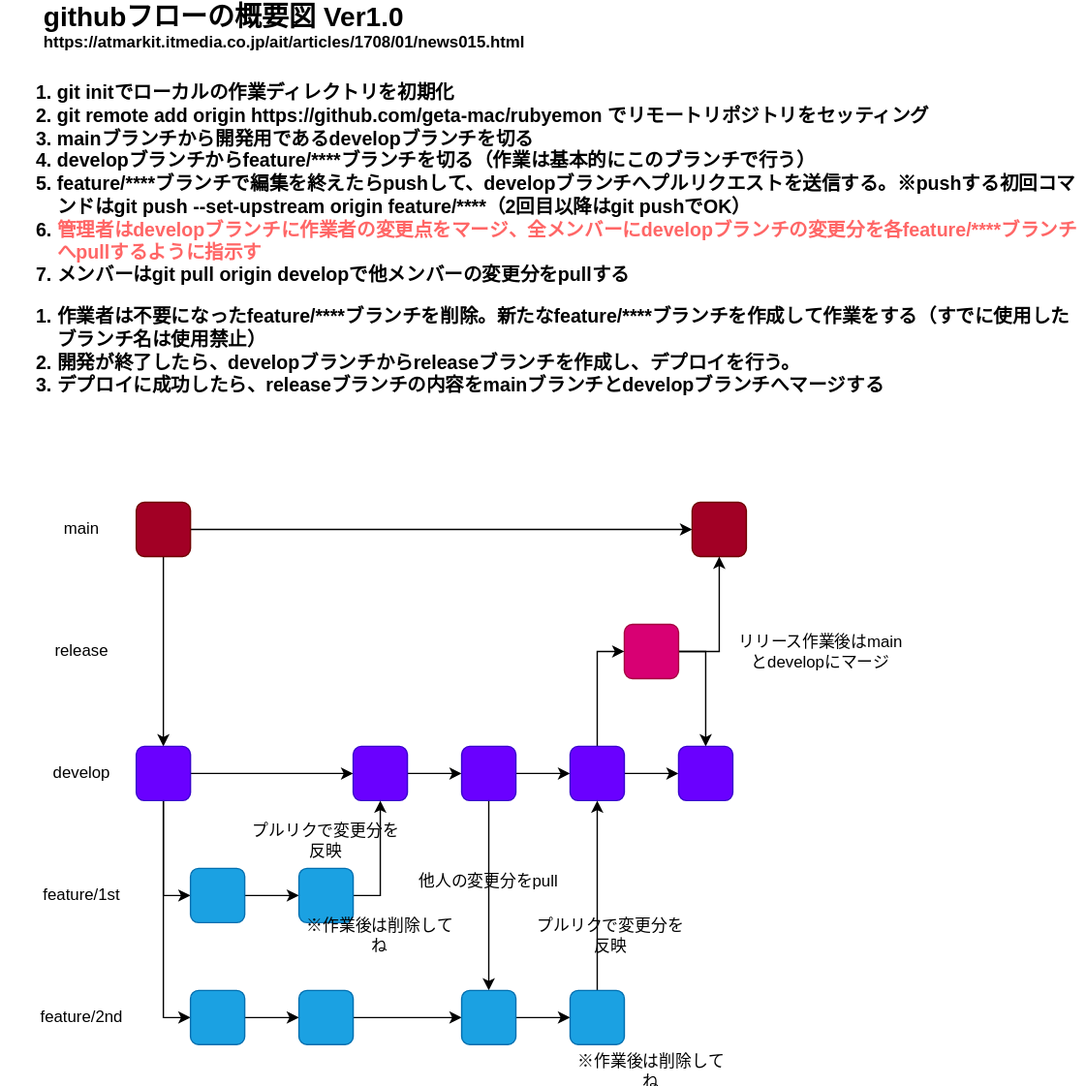
yosnak13/rubyemon_entity_relationship_diagram keeps this draw.io diagram as github_flow_image.drawio.svg. Above is the earlier version. Source tidied: cells renumbered, new cells last; positions are measured from the earlier drawing's top-left corner, leaving out a move shared by most shapes.
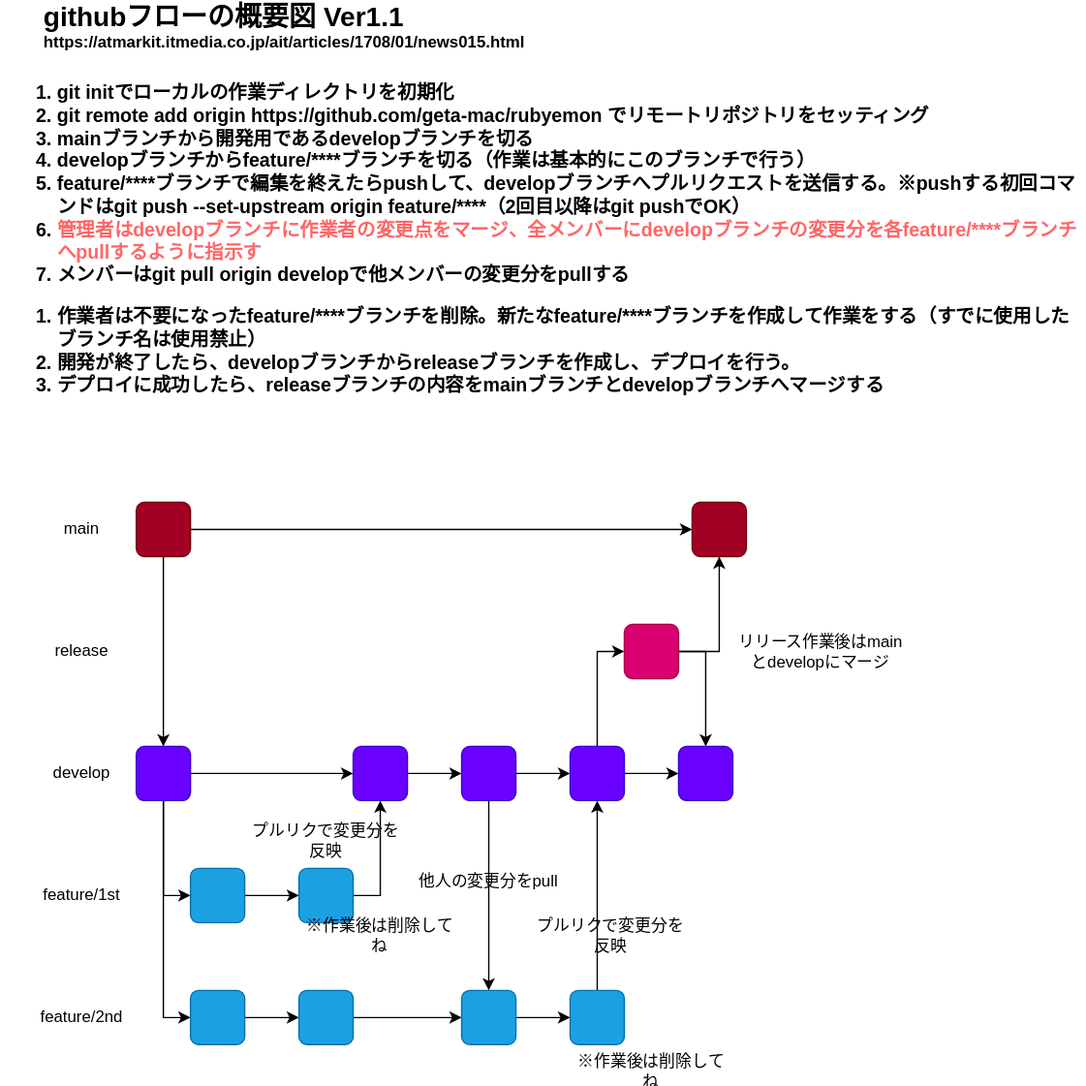
After the commit.

Commit message:
gitbuh flow ver1.1

What changed in the source:
```diff
@@ -2,7 +2,7 @@
   <root>
     <mxCell id="0" />
     <mxCell id="1" parent="0" />
-    <mxCell id="2" value="&lt;font style=&quot;font-size: 20px&quot;&gt;githubフローの概要図 Ver1.0&lt;/font&gt;&lt;br&gt;https://atmarkit.itmedia.co.jp/ait/articles/1708/01/news015.html" style="text;html=1;strokeColor=none;fillColor=none;align=left;verticalAlign=middle;whiteSpace=wrap;rounded=0;fontStyle=1;" parent="1" vertex="1">
+    <mxCell id="2" value="&lt;font style=&quot;font-size: 20px&quot;&gt;githubフローの概要図 Ver1.1&lt;/font&gt;&lt;br&gt;https://atmarkit.itmedia.co.jp/ait/articles/1708/01/news015.html" style="text;html=1;strokeColor=none;fillColor=none;align=left;verticalAlign=middle;whiteSpace=wrap;rounded=0;fontStyle=1;" parent="1" vertex="1">
       <mxGeometry x="30" width="410" height="20" as="geometry" />
     </mxCell>
     <mxCell id="3" style="edgeStyle=orthogonalEdgeStyle;rounded=0;jettySize=auto;html=1;" parent="1" edge="1" source="5" target="13">
```
